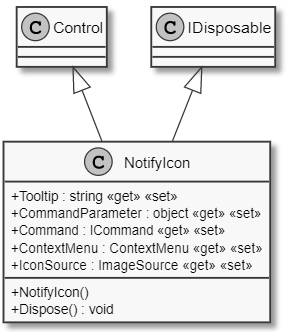
insightmind/MORR keeps this PlantUML diagram as documents/sd/resources/Classes/Core/UI/NotifyIcon.png. Above is the earlier version. Its source is kept beside it as documents/sd/plantuml/application/Core/UI/Controls/NotifyIcon/NotifyIcon.puml. Its diagram source:
```plantuml
@startuml
!startsub default
class NotifyIcon {
    + NotifyIcon()
    + Tooltip : string <<get>> <<set>>
    + CommandParameter : object <<get>> <<set>>
    + Dispose() : void
}
!endsub
Control <|-- NotifyIcon
IDisposable <|.. NotifyIcon
NotifyIcon o-> "CommandProperty" DependencyProperty
NotifyIcon o-> "CommandParameterProperty" DependencyProperty
NotifyIcon o-> "ContextMenuProperty" DependencyProperty
NotifyIcon o-> "IconSourceProperty" DependencyProperty
NotifyIcon o-> "TooltipProperty" DependencyProperty
NotifyIcon --> "IconSource" ImageSource
NotifyIcon --> "Command" ICommand
NotifyIcon --> "ContextMenu" ContextMenu
@enduml
```
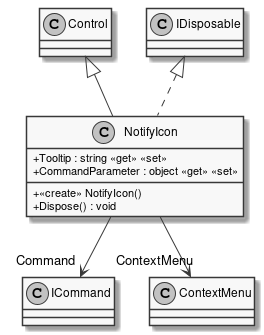
Above is the later version.

What changed in the source:
```diff
@@ -1,7 +1,9 @@
 @startuml
+skinparam monochrome true
+skinparam classAttributeIconSize 0
 !startsub default
 class NotifyIcon {
-    + NotifyIcon()
+    + <<create>> NotifyIcon()
     + Tooltip : string <<get>> <<set>>
     + CommandParameter : object <<get>> <<set>>
     + Dispose() : void
@@ -9,12 +11,6 @@
 !endsub
 Control <|-- NotifyIcon
 IDisposable <|.. NotifyIcon
-NotifyIcon o-> "CommandProperty" DependencyProperty
-NotifyIcon o-> "CommandParameterProperty" DependencyProperty
-NotifyIcon o-> "ContextMenuProperty" DependencyProperty
-NotifyIcon o-> "IconSourceProperty" DependencyProperty
-NotifyIcon o-> "TooltipProperty" DependencyProperty
-NotifyIcon --> "IconSource" ImageSource
 NotifyIcon --> "Command" ICommand
 NotifyIcon --> "ContextMenu" ContextMenu
 @enduml
```
